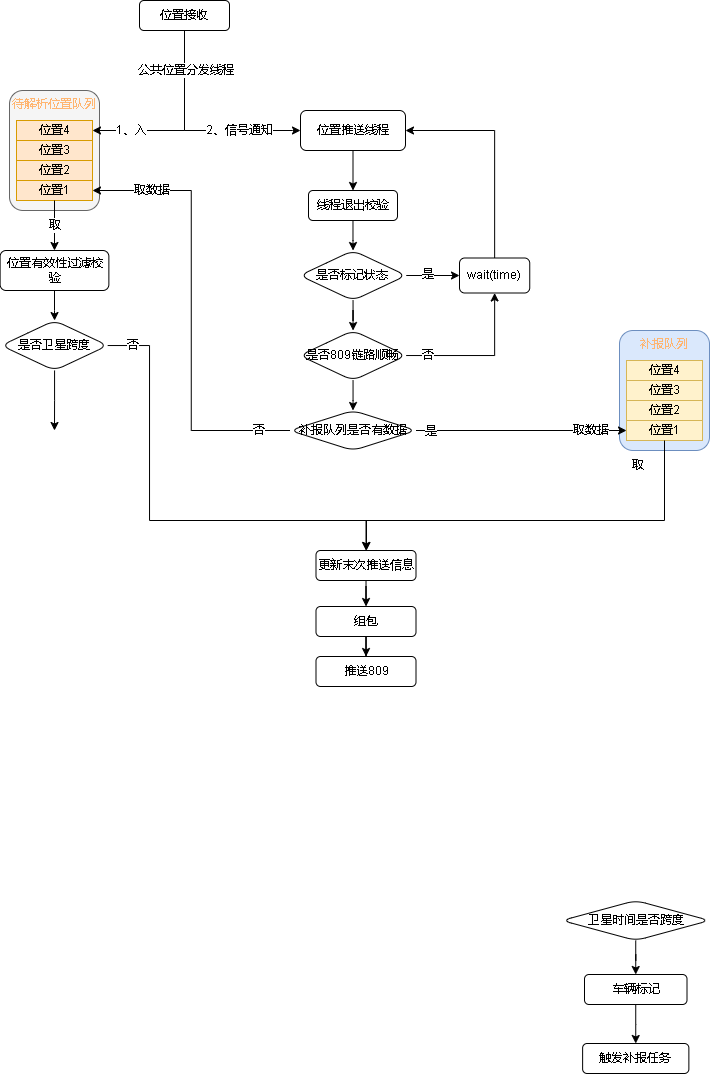
This is 809数据跨度.drawio.png from xktder/draw, a draw.io export, as it was before one commit. Source tidied: cells renumbered, new cells last; positions are measured from the earlier drawing's top-left corner, leaving out a move shared by most shapes.
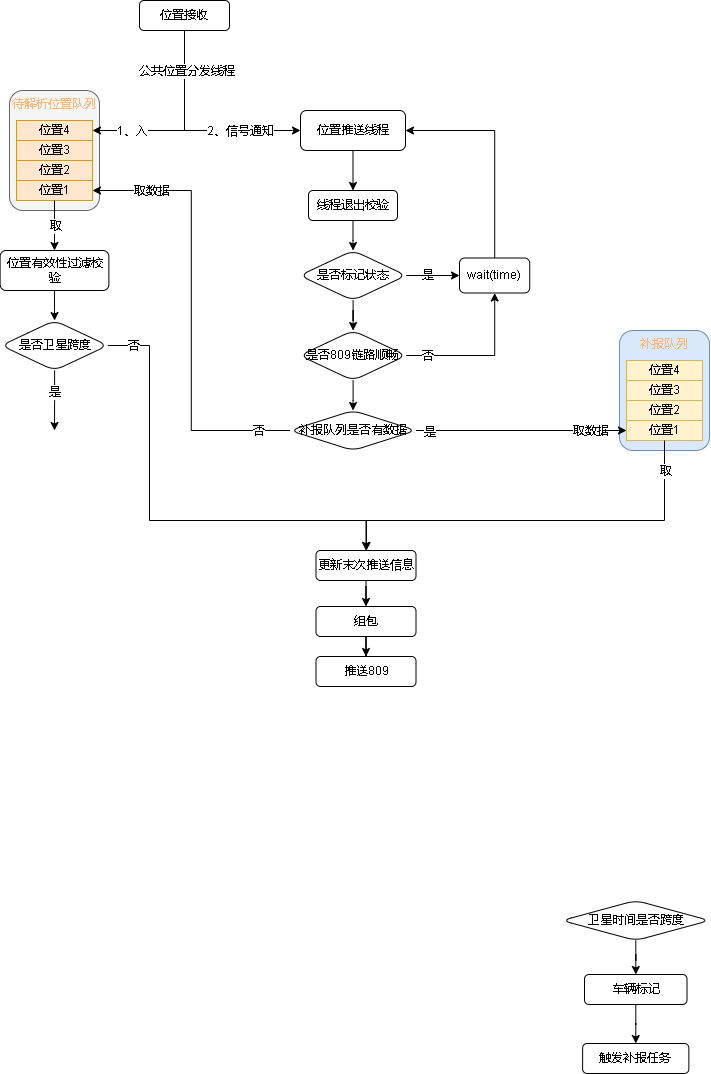
Later version of the same file.

Commit message:
更新809数据跨度.drawio.png

Diff of the diagram source:
```diff
@@ -181,7 +181,7 @@
     </mxCell>
     <mxCell id="51" value="取" style="edgeLabel;html=1;align=center;verticalAlign=middle;fontColor=#000000;" parent="50" vertex="1">
       <mxGeometry x="-0.21" y="1" relative="1" as="geometry">
-        <mxPoint x="53" y="-56" as="offset" />
+        <mxPoint x="81" y="-51" as="offset" />
       </mxGeometry>
     </mxCell>
     <mxCell id="52" value="推送809" style="rounded=1;whiteSpace=wrap;html=1;fontColor=#000000;" parent="1" vertex="1">
@@ -192,6 +192,9 @@
         <mxPoint x="54" y="430" as="targetPoint" />
       </mxGeometry>
     </mxCell>
+    <mxCell id="61" value="是" style="edgeLabel;html=1;align=center;verticalAlign=middle;fontColor=#000000;" parent="53" vertex="1">
+      <mxGeometry x="-0.26" y="-1" relative="1" as="geometry" />
+    </mxCell>
     <mxCell id="54" style="edgeStyle=orthogonalEdgeStyle;rounded=0;jettySize=auto;html=1;fontColor=#000000;" parent="1" edge="1" source="56" target="58">
       <mxGeometry relative="1" as="geometry">
         <Array as="points">
```
